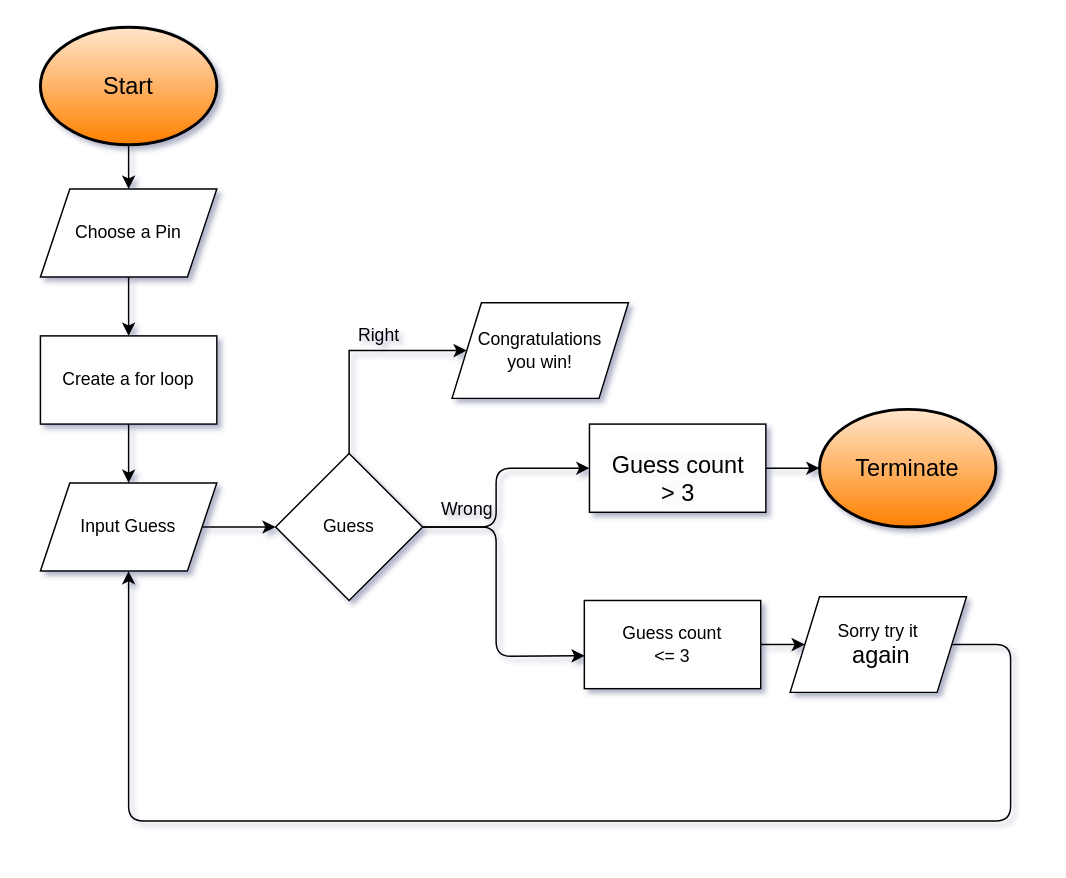
Earlier version of the draw.io diagram Untitled Diagram.drawio (fernandes-s/Flowcharts). Source tidied: cells renumbered, new cells numbered last; positions are measured from the earlier drawing's top-left corner, leaving out a move shared by most shapes. Both pictures are drawn from the tidied source at 147%, with x=0, y=0 at pixel (40, 26).
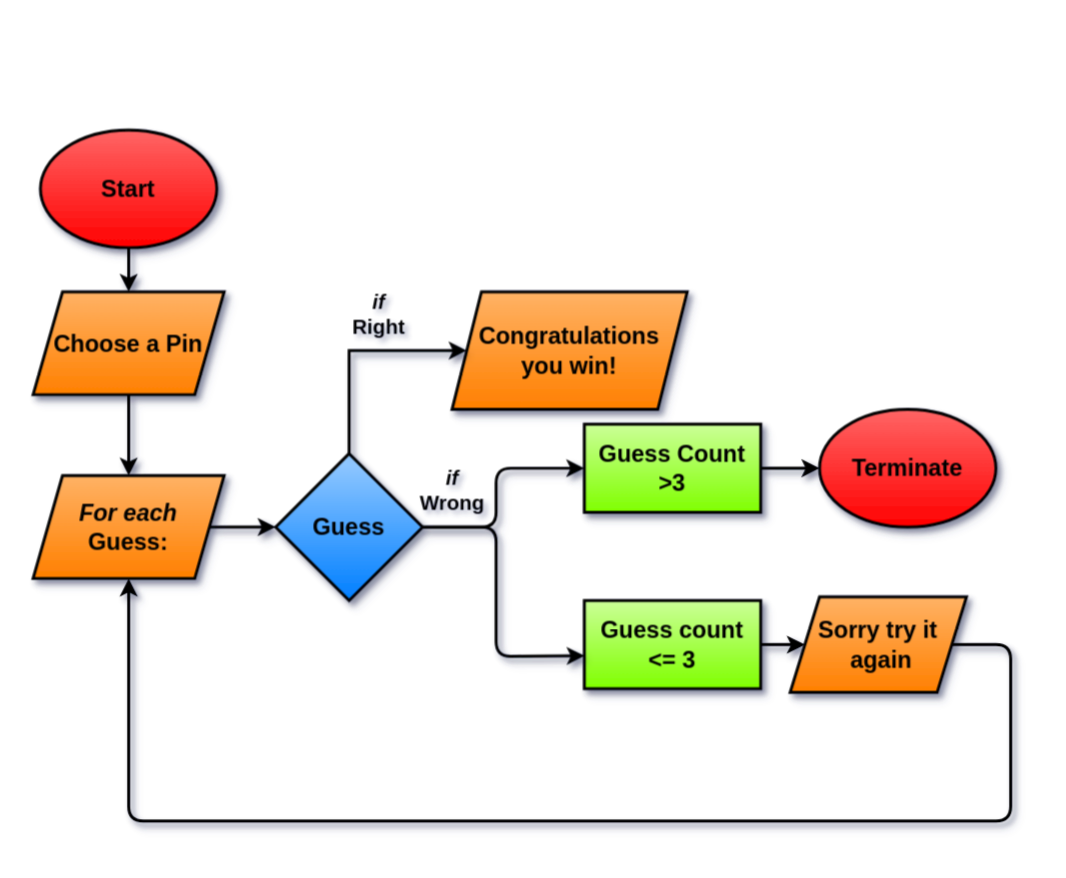
The same page after the edit.

The edit, as a diff of the source:
```diff
@@
-    <mxCell id="2" style="endArrow=classic;html=1;rounded=1;fontSize=16;exitX=0.5;exitY=1;exitDx=0;exitDy=0;entryX=0.5;entryY=0;entryDx=0;entryDy=0;" parent="1" edge="1" source="9" target="10">
+    <mxCell id="2" style="endArrow=classic;html=1;rounded=1;fontSize=16;exitX=0.5;exitY=1;exitDx=0;exitDy=0;entryX=0.5;entryY=0;entryDx=0;entryDy=0;strokeWidth=2;shadow=1;" parent="1" edge="1" source="9" target="10">
       <mxGeometry relative="1" as="geometry" />
     </mxCell>
-    <mxCell id="3" style="endArrow=classic;html=1;rounded=1;fontSize=16;exitX=0.5;exitY=1;exitDx=0;exitDy=0;entryX=0.5;entryY=0;entryDx=0;entryDy=0;" parent="1" edge="1" source="10" target="11">
+    <mxCell id="3" style="endArrow=classic;html=1;rounded=1;fontSize=16;exitX=0.5;exitY=1;exitDx=0;exitDy=0;entryX=0.5;entryY=0;entryDx=0;entryDy=0;strokeWidth=2;shadow=1;" parent="1" edge="1" source="10" target="12">
       <mxGeometry relative="1" as="geometry" />
     </mxCell>
-    <mxCell id="4" style="endArrow=classic;html=1;rounded=1;fontSize=16;exitX=0.5;exitY=1;exitDx=0;exitDy=0;entryX=0.5;entryY=0;entryDx=0;entryDy=0;" parent="1" edge="1" source="11" target="12">
-      <mxGeometry relative="1" as="geometry" />
-    </mxCell>
-    <mxCell id="5" style="endArrow=classic;html=1;rounded=1;fontSize=16;exitX=1;exitY=0.5;exitDx=0;exitDy=0;entryX=0;entryY=0.5;entryDx=0;entryDy=0;" parent="1" edge="1" source="12" target="13">
+    <mxCell id="5" style="endArrow=classic;html=1;rounded=1;fontSize=16;exitX=1;exitY=0.5;exitDx=0;exitDy=0;entryX=0;entryY=0.5;entryDx=0;entryDy=0;strokeWidth=2;shadow=1;" parent="1" edge="1" source="12" target="13">
       <mxGeometry relative="1" as="geometry">
         <Array as="points">
           <mxPoint x="150" y="340" />
         </Array>
       </mxGeometry>
     </mxCell>
-    <mxCell id="6" style="endArrow=classic;html=1;rounded=1;fontSize=16;exitX=1;exitY=0.5;exitDx=0;exitDy=0;entryX=0.5;entryY=1;entryDx=0;entryDy=0;" parent="1" edge="1" source="21" target="12">
+    <mxCell id="6" style="endArrow=classic;html=1;rounded=1;fontSize=16;exitX=1;exitY=0.5;exitDx=0;exitDy=0;entryX=0.5;entryY=1;entryDx=0;entryDy=0;strokeWidth=2;shadow=1;" parent="1" edge="1" source="21" target="12">
       <mxGeometry relative="1" as="geometry">
         <Array as="points">
           <mxPoint x="660" y="420" />
           <mxPoint x="660" y="470" />
           <mxPoint x="660" y="540" />
+          <mxPoint x="620" y="540" />
           <mxPoint x="470" y="540" />
           <mxPoint x="270" y="540" />
           <mxPoint x="60" y="540" />
         </Array>
       </mxGeometry>
     </mxCell>
-    <mxCell id="7" style="endArrow=classic;html=1;rounded=1;fontSize=16;exitX=1;exitY=0.5;exitDx=0;exitDy=0;entryX=0;entryY=0.5;entryDx=0;entryDy=0;" parent="1" edge="1" source="20" target="21">
+    <mxCell id="7" style="endArrow=classic;html=1;rounded=1;fontSize=16;exitX=1;exitY=0.5;exitDx=0;exitDy=0;entryX=0;entryY=0.5;entryDx=0;entryDy=0;strokeWidth=2;shadow=1;" parent="1" edge="1" source="20" target="21">
       <mxGeometry relative="1" as="geometry" />
     </mxCell>
-    <mxCell id="8" style="endArrow=classic;html=1;rounded=1;fontSize=16;exitX=1;exitY=0.5;exitDx=0;exitDy=0;entryX=0;entryY=0.5;entryDx=0;entryDy=0;" parent="1" edge="1" source="19" target="23">
+    <mxCell id="8" style="endArrow=classic;html=1;rounded=1;fontSize=16;exitX=1;exitY=0.5;exitDx=0;exitDy=0;entryX=0;entryY=0.5;entryDx=0;entryDy=0;strokeWidth=2;shadow=1;" parent="1" edge="1" source="24" target="23">
       <mxGeometry relative="1" as="geometry" />
     </mxCell>
-    <mxCell id="9" value="Start" style="ellipse;whiteSpace=wrap;html=1;strokeWidth=2;fontSize=16;rounded=1;fillColor=#FFE6CC;gradientColor=#FF8000;" parent="1" vertex="1">
-      <mxGeometry width="120" height="80" as="geometry" />
+    <mxCell id="9" value="Start" style="ellipse;whiteSpace=wrap;html=1;strokeWidth=2;fontSize=16;rounded=1;fillColor=#FF6666;gradientColor=#FF0000;shadow=1;spacing=2;fontStyle=1;" parent="1" vertex="1">
+      <mxGeometry y="70" width="120" height="80" as="geometry" />
     </mxCell>
-    <mxCell id="10" value="Choose a Pin" style="shape=parallelogram;perimeter=parallelogramPerimeter;whiteSpace=wrap;html=1;fixedSize=1;" parent="1" vertex="1">
-      <mxGeometry y="110" width="120" height="60" as="geometry" />
+    <mxCell id="10" value="Choose a Pin" style="shape=parallelogram;perimeter=parallelogramPerimeter;whiteSpace=wrap;html=1;fixedSize=1;strokeWidth=2;shadow=1;fillColor=#FFB366;gradientColor=#FF8000;fontSize=16;fontStyle=1;" parent="1" vertex="1">
+      <mxGeometry x="-5" y="180" width="130" height="70" as="geometry" />
     </mxCell>
-    <mxCell id="11" value="Create a for loop" style="rounded=0;whiteSpace=wrap;html=1;" parent="1" vertex="1">
-      <mxGeometry y="210" width="120" height="60" as="geometry" />
-    </mxCell>
-    <mxCell id="12" value="Input Guess" style="shape=parallelogram;perimeter=parallelogramPerimeter;whiteSpace=wrap;html=1;fixedSize=1;" parent="1" vertex="1">
-      <mxGeometry y="310" width="120" height="60" as="geometry" />
+    <mxCell id="12" value="&lt;i&gt;For each&lt;/i&gt; &lt;br&gt;Guess:" style="shape=parallelogram;perimeter=parallelogramPerimeter;whiteSpace=wrap;html=1;fixedSize=1;strokeWidth=2;shadow=1;gradientColor=#FF8000;fillColor=#FFB366;fontSize=16;fontStyle=1;" parent="1" vertex="1">
+      <mxGeometry x="-5" y="305" width="130" height="70" as="geometry" />
     </mxCell>
-    <mxCell id="13" value="Guess" style="rhombus;whiteSpace=wrap;html=1;" parent="1" vertex="1">
+    <mxCell id="13" value="&lt;font style=&quot;font-size: 16px;&quot;&gt;&lt;b&gt;Guess&lt;/b&gt;&lt;/font&gt;" style="rhombus;whiteSpace=wrap;html=1;strokeWidth=2;shadow=1;gradientColor=#007FFF;fillColor=#99CCFF;" parent="1" vertex="1">
       <mxGeometry x="160" y="290" width="100" height="100" as="geometry" />
     </mxCell>
-    <mxCell id="14" value="Congratulations &lt;br&gt;you win!" style="shape=parallelogram;perimeter=parallelogramPerimeter;whiteSpace=wrap;html=1;fixedSize=1;" parent="1" vertex="1">
-      <mxGeometry x="280" y="187.5" width="120" height="65" as="geometry" />
+    <mxCell id="14" value="Congratulations &lt;br style=&quot;font-size: 16px;&quot;&gt;you win!" style="shape=parallelogram;perimeter=parallelogramPerimeter;whiteSpace=wrap;html=1;fixedSize=1;strokeWidth=2;shadow=1;gradientColor=#FF8000;fillColor=#FFB366;fontSize=16;fontStyle=1;" parent="1" vertex="1">
+      <mxGeometry x="280" y="180" width="160" height="80" as="geometry" />
     </mxCell>
-    <mxCell id="15" style="endArrow=classic;html=1;rounded=0;entryX=0;entryY=0.5;entryDx=0;entryDy=0;exitX=0.5;exitY=0;exitDx=0;exitDy=0;" parent="1" edge="1" source="13" target="14">
+    <mxCell id="15" style="endArrow=classic;html=1;rounded=0;entryX=0;entryY=0.5;entryDx=0;entryDy=0;exitX=0.5;exitY=0;exitDx=0;exitDy=0;strokeWidth=2;shadow=1;" parent="1" edge="1" source="13" target="14">
       <mxGeometry relative="1" as="geometry">
         <Array as="points">
           <mxPoint x="210" y="220" />
         </Array>
       </mxGeometry>
     </mxCell>
-    <mxCell id="16" value="Right" style="text;html=1;align=center;verticalAlign=middle;strokeColor=none;fillColor=none;" parent="1" vertex="1">
-      <mxGeometry x="205" y="195" width="50" height="30" as="geometry" />
+    <mxCell id="16" value="&lt;i&gt;if&lt;/i&gt;&lt;br&gt;Right" style="text;html=1;align=center;verticalAlign=middle;strokeColor=none;fillColor=none;strokeWidth=2;shadow=1;fontSize=14;fontStyle=1;" parent="1" vertex="1">
+      <mxGeometry x="200" y="170" width="60" height="50" as="geometry" />
     </mxCell>
-    <mxCell id="17" value="Wrong" style="text;html=1;align=center;verticalAlign=middle;strokeColor=none;fillColor=none;" parent="1" vertex="1">
-      <mxGeometry x="260" y="312.5" width="60" height="30" as="geometry" />
+    <mxCell id="17" value="&lt;i&gt;if&lt;/i&gt;&lt;br&gt;Wrong" style="text;html=1;align=center;verticalAlign=middle;strokeColor=none;fillColor=none;strokeWidth=2;shadow=1;fontSize=14;fontStyle=1;" parent="1" vertex="1">
+      <mxGeometry x="245" y="290" width="70" height="50" as="geometry" />
     </mxCell>
-    <mxCell id="18" style="endArrow=classic;html=1;rounded=1;fontSize=16;exitX=1;exitY=0.5;exitDx=0;exitDy=0;entryX=0;entryY=0.5;entryDx=0;entryDy=0;" parent="1" edge="1" source="13" target="19">
+    <mxCell id="18" style="endArrow=classic;html=1;rounded=1;fontSize=16;exitX=1;exitY=0.5;exitDx=0;exitDy=0;entryX=0;entryY=0.5;entryDx=0;entryDy=0;strokeWidth=2;shadow=1;" parent="1" edge="1" source="13" target="24">
       <mxGeometry relative="1" as="geometry">
         <Array as="points">
           <mxPoint x="310" y="340" />
           <mxPoint x="310" y="300" />
         </Array>
       </mxGeometry>
     </mxCell>
-    <mxCell id="19" value="&lt;br&gt;&lt;span style=&quot;color: rgb(0, 0, 0); font-family: Helvetica; font-size: 16px; font-style: normal; font-variant-ligatures: normal; font-variant-caps: normal; font-weight: 400; letter-spacing: normal; orphans: 2; text-align: center; text-indent: 0px; text-transform: none; widows: 2; word-spacing: 0px; -webkit-text-stroke-width: 0px; background-color: rgb(251, 251, 251); text-decoration-thickness: initial; text-decoration-style: initial; text-decoration-color: initial; float: none; display: inline !important;&quot;&gt;Guess count &lt;br&gt;&amp;gt; 3&lt;/span&gt;&lt;br&gt;" style="rounded=0;whiteSpace=wrap;html=1;" parent="1" vertex="1">
-      <mxGeometry x="373.5" y="270" width="120" height="60" as="geometry" />
-    </mxCell>
-    <mxCell id="20" value="Guess count &lt;br&gt;&amp;lt;= 3" style="rounded=0;whiteSpace=wrap;html=1;" parent="1" vertex="1">
+    <mxCell id="20" value="Guess count &lt;br style=&quot;font-size: 16px;&quot;&gt;&amp;lt;= 3" style="rounded=0;whiteSpace=wrap;html=1;strokeWidth=2;shadow=1;gradientColor=#80FF00;fillColor=#CCFF99;fontSize=16;fontStyle=1;" parent="1" vertex="1">
       <mxGeometry x="370" y="390" width="120" height="60" as="geometry" />
     </mxCell>
-    <mxCell id="21" value="Sorry try it&lt;br style=&quot;border-color: var(--border-color); font-size: 16px;&quot;&gt;&lt;span style=&quot;font-size: 16px;&quot;&gt;&amp;nbsp;again&lt;/span&gt;" style="shape=parallelogram;perimeter=parallelogramPerimeter;whiteSpace=wrap;html=1;fixedSize=1;" parent="1" vertex="1">
+    <mxCell id="21" value="Sorry try it&lt;br style=&quot;border-color: var(--border-color); font-size: 16px;&quot;&gt;&lt;span style=&quot;font-size: 16px;&quot;&gt;&amp;nbsp;again&lt;/span&gt;" style="shape=parallelogram;perimeter=parallelogramPerimeter;whiteSpace=wrap;html=1;fixedSize=1;strokeWidth=2;shadow=1;gradientColor=#FF8000;fillColor=#FFB366;fontSize=16;fontStyle=1;" parent="1" vertex="1">
       <mxGeometry x="510" y="387.5" width="120" height="65" as="geometry" />
     </mxCell>
-    <mxCell id="22" style="endArrow=classic;html=1;rounded=1;fontSize=16;exitX=1;exitY=0.5;exitDx=0;exitDy=0;entryX=0.002;entryY=0.627;entryDx=0;entryDy=0;entryPerimeter=0;" parent="1" edge="1" source="13" target="20">
+    <mxCell id="22" style="endArrow=classic;html=1;rounded=1;fontSize=16;exitX=1;exitY=0.5;exitDx=0;exitDy=0;entryX=0.002;entryY=0.627;entryDx=0;entryDy=0;entryPerimeter=0;strokeWidth=2;shadow=1;" parent="1" edge="1" source="13" target="20">
       <mxGeometry relative="1" as="geometry">
         <Array as="points">
           <mxPoint x="310" y="340" />
           <mxPoint x="310" y="428" />
         </Array>
       </mxGeometry>
     </mxCell>
-    <mxCell id="23" value="Terminate" style="ellipse;whiteSpace=wrap;html=1;strokeWidth=2;fontSize=16;rounded=1;fillColor=#FFE6CC;gradientColor=#FF8000;" parent="1" vertex="1">
+    <mxCell id="23" value="Terminate" style="ellipse;whiteSpace=wrap;html=1;strokeWidth=2;fontSize=16;rounded=1;fillColor=#FF6666;gradientColor=#FF0000;shadow=1;fontStyle=1;" parent="1" vertex="1">
       <mxGeometry x="530" y="260" width="120" height="80" as="geometry" />
     </mxCell>
+    <mxCell id="24" value="Guess Count &lt;br style=&quot;font-size: 16px;&quot;&gt;&amp;gt;3" style="rounded=0;whiteSpace=wrap;html=1;strokeWidth=2;shadow=1;gradientColor=#80FF00;fillColor=#CCFF99;fontSize=16;fontStyle=1;" parent="1" vertex="1">
+      <mxGeometry x="370" y="270" width="120" height="60" as="geometry" />
+    </mxCell>
```
